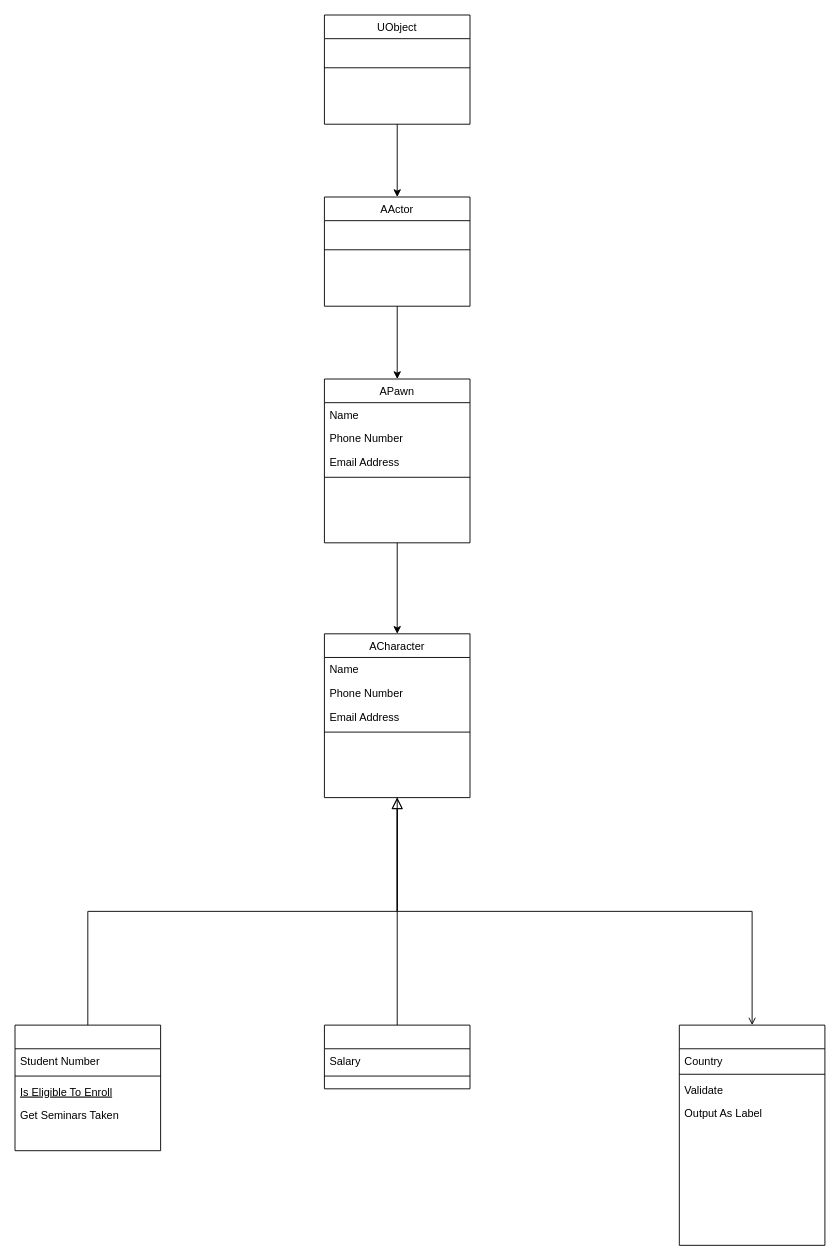
Earlier version of the draw.io diagram 제목 없는 다이어그램.drawio (chataeg/stash). Source tidied: cells renumbered, new cells numbered last; positions are measured from the earlier drawing's top-left corner, leaving out a move shared by most shapes. Both pictures are drawn from the tidied source at 91%, with x=0, y=0 at pixel (15, 15).
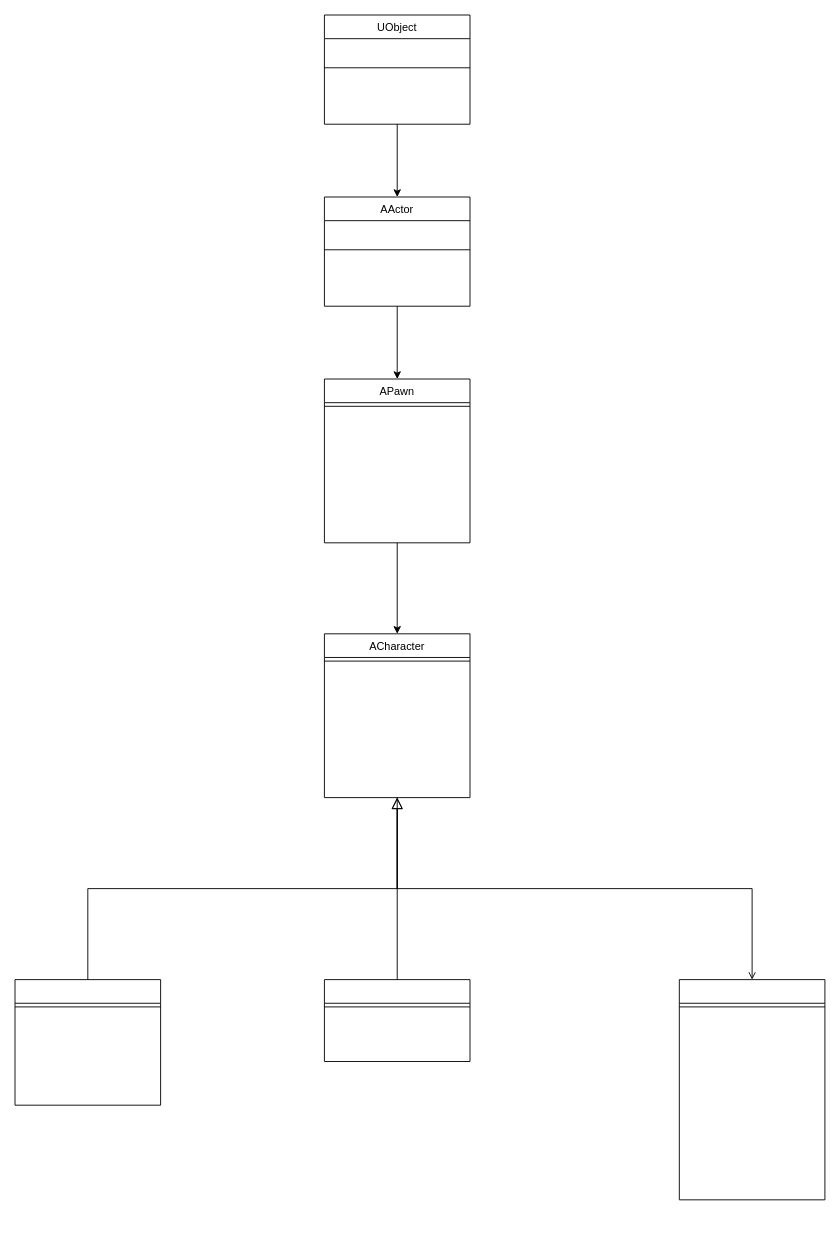
The same page after the edit.

Commit message (it also covers changes not shown here):
제목 없는 다이어그램.drawio 업데이트

Unchanged cells that the change refers to:
```xml
<mxCell id="2" value="APawn" style="swimlane;fontStyle=0;align=center;verticalAlign=top;horizontal=1;startSize=26;rounded=0;shadow=0;strokeWidth=1;" parent="1" vertex="1">
  <mxGeometry x="340" y="400" width="160" height="180" as="geometry" />
</mxCell>
<mxCell id="29" value="ACharacter&#10;" style="swimlane;fontStyle=0;align=center;verticalAlign=top;horizontal=1;startSize=26;rounded=0;shadow=0;strokeWidth=1;" parent="1" vertex="1">
  <mxGeometry x="340" y="680" width="160" height="180" as="geometry" />
</mxCell>
```

Change to the diagram source:
```diff
@@
-    <mxCell id="3" value="Name" style="text;align=left;verticalAlign=top;spacingLeft=4;spacingRight=4;overflow=hidden;" parent="2" vertex="1">
-      <mxGeometry y="26" width="160" height="26" as="geometry" />
-    </mxCell>
-    <mxCell id="4" value="Phone Number" style="text;align=left;verticalAlign=top;spacingLeft=4;spacingRight=4;overflow=hidden;rounded=0;shadow=0;html=0;" parent="2" vertex="1">
-      <mxGeometry y="52" width="160" height="26" as="geometry" />
-    </mxCell>
-    <mxCell id="5" value="Email Address" style="text;align=left;verticalAlign=top;spacingLeft=4;spacingRight=4;overflow=hidden;rounded=0;shadow=0;html=0;" parent="2" vertex="1">
-      <mxGeometry y="78" width="160" height="26" as="geometry" />
-    </mxCell>
     <mxCell id="6" style="line;html=1;strokeWidth=1;align=left;verticalAlign=middle;spacingTop=-1;spacingLeft=3;spacingRight=3;labelPosition=right;" parent="2" vertex="1">
-      <mxGeometry y="104" width="160" height="8" as="geometry" />
+      <mxGeometry y="26" width="160" height="8" as="geometry" />
     </mxCell>
     <mxCell id="7" style="swimlane;fontStyle=0;align=center;verticalAlign=top;horizontal=1;startSize=26;rounded=0;shadow=0;strokeWidth=1;" parent="1" vertex="1">
-      <mxGeometry y="1110" width="160" height="138" as="geometry" />
+      <mxGeometry y="1060" width="160" height="138" as="geometry" />
     </mxCell>
-    <mxCell id="8" value="Student Number" style="text;align=left;verticalAlign=top;spacingLeft=4;spacingRight=4;overflow=hidden;" parent="7" vertex="1">
-      <mxGeometry y="26" width="160" height="26" as="geometry" />
-    </mxCell>
     <mxCell id="9" style="line;html=1;strokeWidth=1;align=left;verticalAlign=middle;spacingTop=-1;spacingLeft=3;spacingRight=3;labelPosition=right;" parent="7" vertex="1">
-      <mxGeometry y="52" width="160" height="8" as="geometry" />
+      <mxGeometry y="26" width="160" height="8" as="geometry" />
     </mxCell>
-    <mxCell id="10" value="Is Eligible To Enroll" style="text;align=left;verticalAlign=top;spacingLeft=4;spacingRight=4;overflow=hidden;fontStyle=4;" parent="7" vertex="1">
-      <mxGeometry y="60" width="160" height="26" as="geometry" />
-    </mxCell>
-    <mxCell id="11" value="Get Seminars Taken" style="text;align=left;verticalAlign=top;spacingLeft=4;spacingRight=4;overflow=hidden;" parent="7" vertex="1">
-      <mxGeometry y="86" width="160" height="26" as="geometry" />
-    </mxCell>
@@
     <mxCell id="13" style="swimlane;fontStyle=0;align=center;verticalAlign=top;horizontal=1;startSize=26;rounded=0;shadow=0;strokeWidth=1;" parent="1" vertex="1">
-      <mxGeometry x="340" y="1110" width="160" height="70" as="geometry" />
+      <mxGeometry x="340" y="1060" width="160" height="90" as="geometry" />
     </mxCell>
-    <mxCell id="14" value="Salary" style="text;align=left;verticalAlign=top;spacingLeft=4;spacingRight=4;overflow=hidden;" parent="13" vertex="1">
-      <mxGeometry y="26" width="160" height="26" as="geometry" />
-    </mxCell>
     <mxCell id="15" style="line;html=1;strokeWidth=1;align=left;verticalAlign=middle;spacingTop=-1;spacingLeft=3;spacingRight=3;labelPosition=right;" parent="13" vertex="1">
-      <mxGeometry y="52" width="160" height="8" as="geometry" />
+      <mxGeometry y="26" width="160" height="8" as="geometry" />
     </mxCell>
@@
     <mxCell id="17" style="swimlane;fontStyle=0;align=center;verticalAlign=top;horizontal=1;startSize=26;rounded=0;shadow=0;strokeWidth=1;" parent="1" vertex="1">
-      <mxGeometry x="730" y="1110" width="160" height="242" as="geometry" />
+      <mxGeometry x="730" y="1060" width="160" height="242" as="geometry" />
     </mxCell>
-    <mxCell id="18" value="Country" style="text;align=left;verticalAlign=top;spacingLeft=4;spacingRight=4;overflow=hidden;rounded=0;shadow=0;html=0;" parent="17" vertex="1">
-      <mxGeometry y="26" width="160" height="24" as="geometry" />
-    </mxCell>
     <mxCell id="19" style="line;html=1;strokeWidth=1;align=left;verticalAlign=middle;spacingTop=-1;spacingLeft=3;spacingRight=3;labelPosition=right;" parent="17" vertex="1">
-      <mxGeometry y="50" width="160" height="8" as="geometry" />
+      <mxGeometry y="26" width="160" height="8" as="geometry" />
     </mxCell>
-    <mxCell id="20" value="Validate" style="text;align=left;verticalAlign=top;spacingLeft=4;spacingRight=4;overflow=hidden;" parent="17" vertex="1">
-      <mxGeometry y="58" width="160" height="26" as="geometry" />
-    </mxCell>
-    <mxCell id="21" value="Output As Label" style="text;align=left;verticalAlign=top;spacingLeft=4;spacingRight=4;overflow=hidden;" parent="17" vertex="1">
-      <mxGeometry y="84" width="160" height="26" as="geometry" />
-    </mxCell>
@@
-    <mxCell id="30" value="Name" style="text;align=left;verticalAlign=top;spacingLeft=4;spacingRight=4;overflow=hidden;" parent="29" vertex="1">
-      <mxGeometry y="26" width="160" height="26" as="geometry" />
-    </mxCell>
-    <mxCell id="31" value="Phone Number" style="text;align=left;verticalAlign=top;spacingLeft=4;spacingRight=4;overflow=hidden;rounded=0;shadow=0;html=0;" parent="29" vertex="1">
-      <mxGeometry y="52" width="160" height="26" as="geometry" />
-    </mxCell>
-    <mxCell id="32" value="Email Address" style="text;align=left;verticalAlign=top;spacingLeft=4;spacingRight=4;overflow=hidden;rounded=0;shadow=0;html=0;" parent="29" vertex="1">
-      <mxGeometry y="78" width="160" height="26" as="geometry" />
-    </mxCell>
     <mxCell id="33" style="line;html=1;strokeWidth=1;align=left;verticalAlign=middle;spacingTop=-1;spacingLeft=3;spacingRight=3;labelPosition=right;" parent="29" vertex="1">
-      <mxGeometry y="104" width="160" height="8" as="geometry" />
+      <mxGeometry y="26" width="160" height="8" as="geometry" />
     </mxCell>
```
